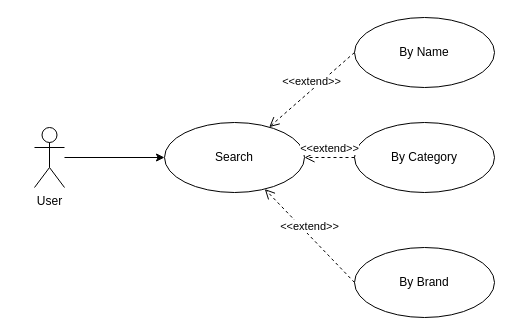
Before: page "Search" (30 of 34) of Biểu đồ không có tiêu đề.drawio in anhduy7723/api_auth, a draw.io diagram. Source tidied: cells renumbered, new cells numbered last; positions are measured from the earlier drawing's top-left corner, leaving out a move shared by most shapes. Both pictures are drawn from the tidied source at 100%, with x=0, y=0 at pixel (34, 17).
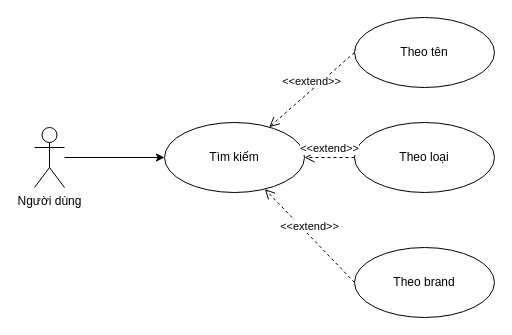
Above is the later version.

Diff of the diagram source:
```diff
@@
 <mxGraphModel>
   <root>
     <mxCell id="0" />
     <mxCell id="1" parent="0" />
     <mxCell id="2" style="edgeStyle=orthogonalEdgeStyle;rounded=0;jettySize=auto;html=1;" parent="1" edge="1" source="3" target="4">
       <mxGeometry relative="1" as="geometry" />
     </mxCell>
-    <mxCell id="3" value="User" style="shape=umlActor;verticalLabelPosition=bottom;verticalAlign=top;html=1;outlineConnect=0;" parent="1" vertex="1">
+    <mxCell id="3" value="Người dùng" style="shape=umlActor;verticalLabelPosition=bottom;verticalAlign=top;html=1;outlineConnect=0;" parent="1" vertex="1">
       <mxGeometry y="110" width="30" height="60" as="geometry" />
     </mxCell>
-    <mxCell id="4" value="Search" style="ellipse;whiteSpace=wrap;html=1;" parent="1" vertex="1">
+    <mxCell id="4" value="Tìm kiếm" style="ellipse;whiteSpace=wrap;html=1;" parent="1" vertex="1">
       <mxGeometry x="130" y="105" width="140" height="70" as="geometry" />
     </mxCell>
-    <mxCell id="5" value="By Name" style="ellipse;whiteSpace=wrap;html=1;" parent="1" vertex="1">
+    <mxCell id="5" value="Theo tên" style="ellipse;whiteSpace=wrap;html=1;" parent="1" vertex="1">
       <mxGeometry x="320" width="140" height="70" as="geometry" />
     </mxCell>
-    <mxCell id="6" value="By Category" style="ellipse;whiteSpace=wrap;html=1;" parent="1" vertex="1">
+    <mxCell id="6" value="Theo loại" style="ellipse;whiteSpace=wrap;html=1;" parent="1" vertex="1">
       <mxGeometry x="320" y="105" width="140" height="70" as="geometry" />
     </mxCell>
-    <mxCell id="7" value="By Brand" style="ellipse;whiteSpace=wrap;html=1;" parent="1" vertex="1">
+    <mxCell id="7" value="Theo brand" style="ellipse;whiteSpace=wrap;html=1;" parent="1" vertex="1">
       <mxGeometry x="320" y="230" width="140" height="70" as="geometry" />
     </mxCell>
     <mxCell id="8" value="&amp;lt;&amp;lt;extend&amp;gt;&amp;gt;" style="html=1;verticalAlign=bottom;endArrow=open;dashed=1;endSize=8;curved=0;rounded=0;exitX=0;exitY=0.5;exitDx=0;exitDy=0;" parent="1" edge="1" source="7" target="4">
       <mxGeometry relative="1" as="geometry" />
     </mxCell>
     <mxCell id="9" value="&amp;lt;&amp;lt;extend&amp;gt;&amp;gt;" style="html=1;verticalAlign=bottom;endArrow=open;dashed=1;endSize=8;curved=0;rounded=0;exitX=0;exitY=0.5;exitDx=0;exitDy=0;entryX=1;entryY=0.5;entryDx=0;entryDy=0;" parent="1" edge="1" source="6" target="4">
       <mxGeometry relative="1" as="geometry" />
     </mxCell>
     <mxCell id="10" value="&amp;lt;&amp;lt;extend&amp;gt;&amp;gt;" style="html=1;verticalAlign=bottom;endArrow=open;dashed=1;endSize=8;curved=0;rounded=0;exitX=0;exitY=0.5;exitDx=0;exitDy=0;" parent="1" edge="1" source="5" target="4">
       <mxGeometry relative="1" as="geometry" />
     </mxCell>
   </root>
 </mxGraphModel>
```
